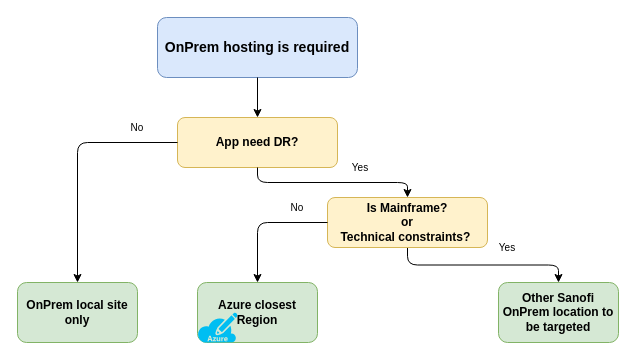
Earlier version of the draw.io diagram page "ADC" (3 of 3) of DR-DecisionTree.drawio (anthonygea/mycv). Source tidied: cells renumbered, new cells numbered last; positions are measured from the earlier drawing's top-left corner, leaving out a move shared by most shapes. Both pictures are drawn from the tidied source at 100%, with x=0, y=0 at pixel (17, 17).
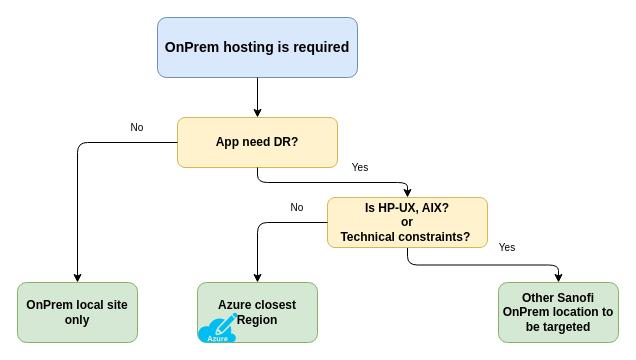
The same diagram, later.

Commit message:
Mettre à jour DR-DecisionTree.drawio

The edit, as a diff of the source:
```diff
@@
 <mxGraphModel>
   <root>
     <mxCell id="0" />
     <mxCell id="1" parent="0" />
     <mxCell id="2" value="OnPrem hosting is required" style="rounded=1;whiteSpace=wrap;html=1;fillColor=#dae8fc;strokeColor=#6c8ebf;fontSize=14;fontStyle=1;" parent="1" vertex="1">
       <mxGeometry x="140" width="200" height="60" as="geometry" />
     </mxCell>
     <mxCell id="3" value="App need DR?" style="rounded=1;whiteSpace=wrap;html=1;fillColor=#fff2cc;strokeColor=#d6b656;fontSize=12;fontStyle=1;" parent="1" vertex="1">
       <mxGeometry x="160" y="100" width="160" height="50" as="geometry" />
     </mxCell>
     <mxCell id="4" value="&lt;div&gt;Other Sanofi OnPrem location to be targeted&lt;/div&gt;" style="rounded=1;whiteSpace=wrap;html=1;fillColor=#d5e8d4;strokeColor=#82b366;fontSize=12;fontStyle=1;" parent="1" vertex="1">
       <mxGeometry x="481" y="265" width="120" height="60" as="geometry" />
     </mxCell>
     <mxCell id="5" style="endArrow=classic;html=1;edgeStyle=orthogonalEdgeStyle;" parent="1" edge="1" source="2" target="3">
       <mxGeometry relative="1" as="geometry" />
     </mxCell>
     <mxCell id="6" style="endArrow=classic;html=1;edgeStyle=orthogonalEdgeStyle;entryX=0.5;entryY=0;entryDx=0;entryDy=0;exitX=0;exitY=0.5;exitDx=0;exitDy=0;" parent="1" edge="1" source="3" target="10">
       <mxGeometry relative="1" as="geometry" />
     </mxCell>
     <mxCell id="7" style="endArrow=classic;html=1;edgeStyle=orthogonalEdgeStyle;entryX=0.5;entryY=0;entryDx=0;entryDy=0;exitX=0.5;exitY=1;exitDx=0;exitDy=0;" parent="1" edge="1" source="11" target="4">
       <mxGeometry relative="1" as="geometry" />
     </mxCell>
     <mxCell id="8" value="Yes" style="text;html=1;strokeColor=none;fillColor=none;align=center;verticalAlign=middle;whiteSpace=wrap;rounded=0;fontSize=10;" parent="1" vertex="1">
       <mxGeometry x="290" y="140" width="106" height="20" as="geometry" />
     </mxCell>
     <mxCell id="9" value="No" style="text;html=1;strokeColor=none;fillColor=none;align=center;verticalAlign=middle;whiteSpace=wrap;rounded=0;fontSize=10;" parent="1" vertex="1">
       <mxGeometry x="70" y="100" width="100" height="20" as="geometry" />
     </mxCell>
     <mxCell id="10" value="OnPrem local site only" style="rounded=1;whiteSpace=wrap;html=1;fillColor=#d5e8d4;strokeColor=#82b366;fontSize=12;fontStyle=1;" parent="1" vertex="1">
       <mxGeometry y="265" width="120" height="60" as="geometry" />
     </mxCell>
-    <mxCell id="11" value="Is Mainframe?&lt;div&gt;or&lt;/div&gt;&lt;div&gt;Technical constraints?&amp;nbsp;&lt;/div&gt;" style="rounded=1;whiteSpace=wrap;html=1;fillColor=#fff2cc;strokeColor=#d6b656;fontSize=12;fontStyle=1;" parent="1" vertex="1">
+    <mxCell id="11" value="Is HP-UX, AIX?&lt;div&gt;or&lt;/div&gt;&lt;div&gt;Technical constraints?&amp;nbsp;&lt;/div&gt;" style="rounded=1;whiteSpace=wrap;html=1;fillColor=#fff2cc;strokeColor=#d6b656;fontSize=12;fontStyle=1;" parent="1" vertex="1">
       <mxGeometry x="310" y="180" width="160" height="50" as="geometry" />
     </mxCell>
     <mxCell id="12" value="Yes" style="text;html=1;strokeColor=none;fillColor=none;align=center;verticalAlign=middle;whiteSpace=wrap;rounded=0;fontSize=10;" parent="1" vertex="1">
       <mxGeometry x="440" y="220" width="100" height="20" as="geometry" />
     </mxCell>
     <mxCell id="13" style="endArrow=classic;html=1;edgeStyle=orthogonalEdgeStyle;entryX=0.5;entryY=0;entryDx=0;entryDy=0;exitX=0.5;exitY=1;exitDx=0;exitDy=0;" parent="1" edge="1" source="3" target="11">
       <mxGeometry relative="1" as="geometry" />
     </mxCell>
     <mxCell id="14" value="No" style="text;html=1;strokeColor=none;fillColor=none;align=center;verticalAlign=middle;whiteSpace=wrap;rounded=0;fontSize=10;" parent="1" vertex="1">
       <mxGeometry x="230" y="180" width="100" height="20" as="geometry" />
     </mxCell>
     <mxCell id="15" value="&lt;div&gt;Azure closest Region&lt;/div&gt;" style="rounded=1;whiteSpace=wrap;html=1;fillColor=#d5e8d4;strokeColor=#82b366;fontSize=12;fontStyle=1;" parent="1" vertex="1">
       <mxGeometry x="180" y="265" width="120" height="60" as="geometry" />
     </mxCell>
     <mxCell id="16" style="endArrow=classic;html=1;edgeStyle=orthogonalEdgeStyle;entryX=0.5;entryY=0;entryDx=0;entryDy=0;exitX=0;exitY=0.5;exitDx=0;exitDy=0;" parent="1" edge="1" source="11" target="15">
       <mxGeometry relative="1" as="geometry" />
     </mxCell>
     <mxCell id="17" style="verticalLabelPosition=bottom;html=1;verticalAlign=top;align=center;strokeColor=none;fillColor=#00BEF2;shape=mxgraph.azure.azure_subscription;" parent="1" vertex="1">
       <mxGeometry x="180" y="295" width="40" height="30" as="geometry" />
     </mxCell>
   </root>
 </mxGraphModel>
```
